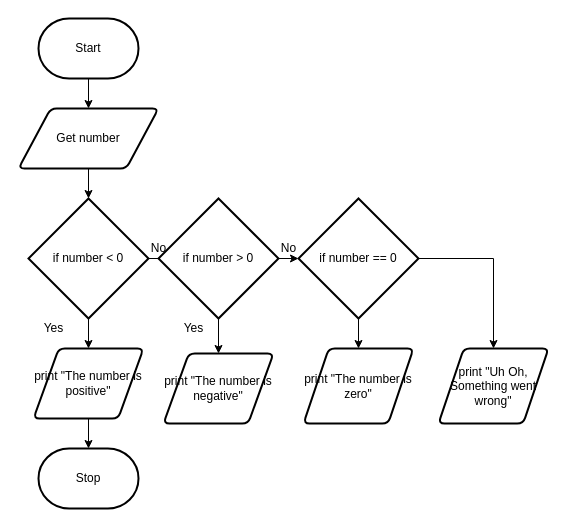
The draw.io diagram Flowchart.drawio in Peter-Gemmell/ICS3U-Unit3-04-Python, before the edit. Source tidied: cells renumbered, new cells numbered last; positions are measured from the earlier drawing's top-left corner, leaving out a move shared by most shapes. Both pictures are drawn from the tidied source at 100%, with x=0, y=0 at pixel (18, 18).
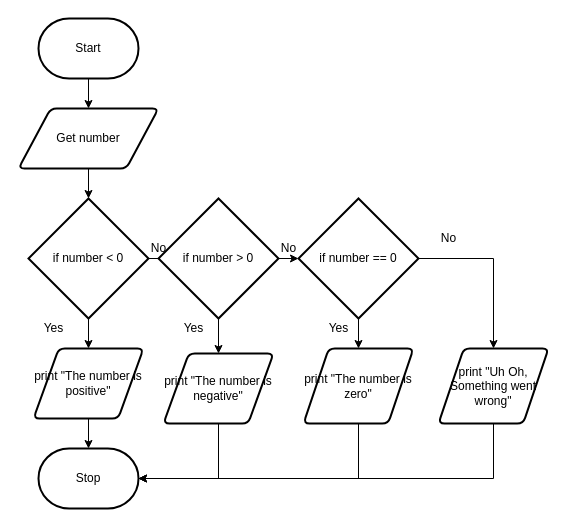
The same diagram, later.

The change refers to these unchanged cells:
```xml
<mxCell id="8" value="Stop" style="strokeWidth=2;html=1;shape=mxgraph.flowchart.terminator;whiteSpace=wrap;" parent="1" vertex="1">
  <mxGeometry x="20" y="430" width="100" height="60" as="geometry" />
</mxCell>
<mxCell id="17" value="print &quot;The number is negative&quot;" style="shape=parallelogram;html=1;strokeWidth=2;perimeter=parallelogramPerimeter;whiteSpace=wrap;rounded=1;arcSize=12;size=0.23;" parent="1" vertex="1">
  <mxGeometry x="145" y="335" width="110" height="70" as="geometry" />
</mxCell>
<mxCell id="18" value="print &quot;The number is zero&quot;" style="shape=parallelogram;html=1;strokeWidth=2;perimeter=parallelogramPerimeter;whiteSpace=wrap;rounded=1;arcSize=12;size=0.23;" parent="1" vertex="1">
  <mxGeometry x="285" y="330" width="110" height="75" as="geometry" />
</mxCell>
<mxCell id="24" value="print &quot;Uh Oh, Something went wrong&quot;" style="shape=parallelogram;html=1;strokeWidth=2;perimeter=parallelogramPerimeter;whiteSpace=wrap;rounded=1;arcSize=12;size=0.23;" parent="1" vertex="1">
  <mxGeometry x="420" y="330" width="110" height="75" as="geometry" />
</mxCell>
```

Diff of the diagram source:
```diff
@@
+    <mxCell id="25" style="edgeStyle=none;html=1;entryX=1;entryY=0.5;entryDx=0;entryDy=0;entryPerimeter=0;rounded=0;" parent="1" edge="1" source="17" target="8">
+      <mxGeometry relative="1" as="geometry">
+        <Array as="points">
+          <mxPoint x="200" y="460" />
+        </Array>
+      </mxGeometry>
+    </mxCell>
@@
+    <mxCell id="26" style="edgeStyle=none;rounded=0;html=1;entryX=1;entryY=0.5;entryDx=0;entryDy=0;entryPerimeter=0;" parent="1" edge="1" source="18" target="8">
+      <mxGeometry relative="1" as="geometry">
+        <Array as="points">
+          <mxPoint x="340" y="460" />
+        </Array>
+      </mxGeometry>
+    </mxCell>
@@
+    <mxCell id="27" style="edgeStyle=none;rounded=0;html=1;entryX=1;entryY=0.5;entryDx=0;entryDy=0;entryPerimeter=0;" parent="1" edge="1" source="24" target="8">
+      <mxGeometry relative="1" as="geometry">
+        <Array as="points">
+          <mxPoint x="475" y="460" />
+        </Array>
+      </mxGeometry>
+    </mxCell>
@@
+    <mxCell id="28" value="Yes" style="text;html=1;align=center;verticalAlign=middle;strokeColor=none;fillColor=none;" parent="1" vertex="1">
+      <mxGeometry x="300" y="300" width="40" height="20" as="geometry" />
+    </mxCell>
+    <mxCell id="29" value="No" style="text;html=1;align=center;verticalAlign=middle;strokeColor=none;fillColor=none;" parent="1" vertex="1">
+      <mxGeometry x="415" y="210" width="30" height="20" as="geometry" />
+    </mxCell>
```
